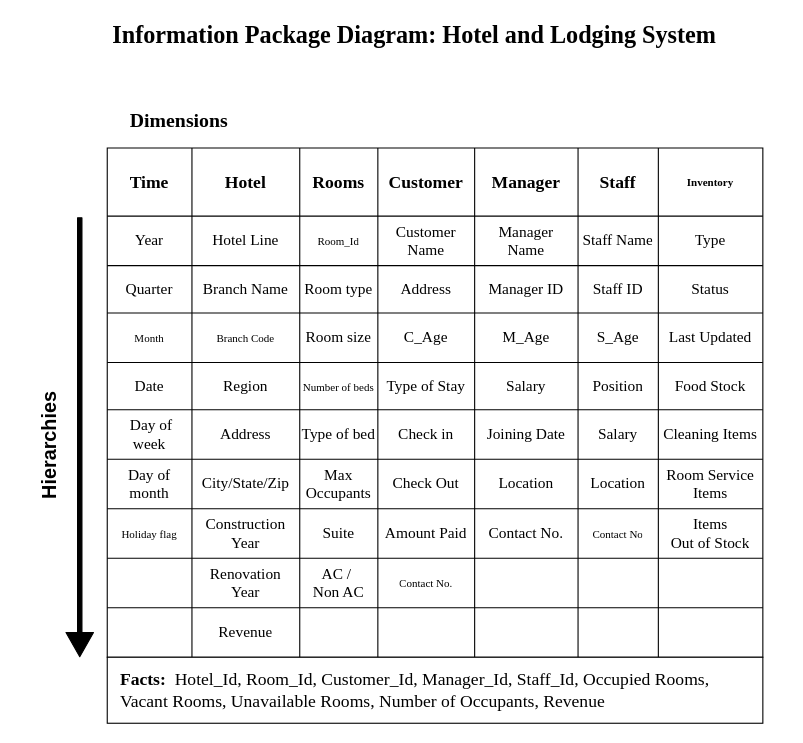
Above: Information Package Diagram/IPD_hotel_lodging_system.drawio in adityaparab04/Diagrams (draw.io), before the change. Source tidied: cells renumbered, new cells numbered last; positions are measured from the earlier drawing's top-left corner, leaving out a move shared by most shapes. Both pictures are drawn from the tidied source at 110%, with x=0, y=0 at pixel (-20, 19).
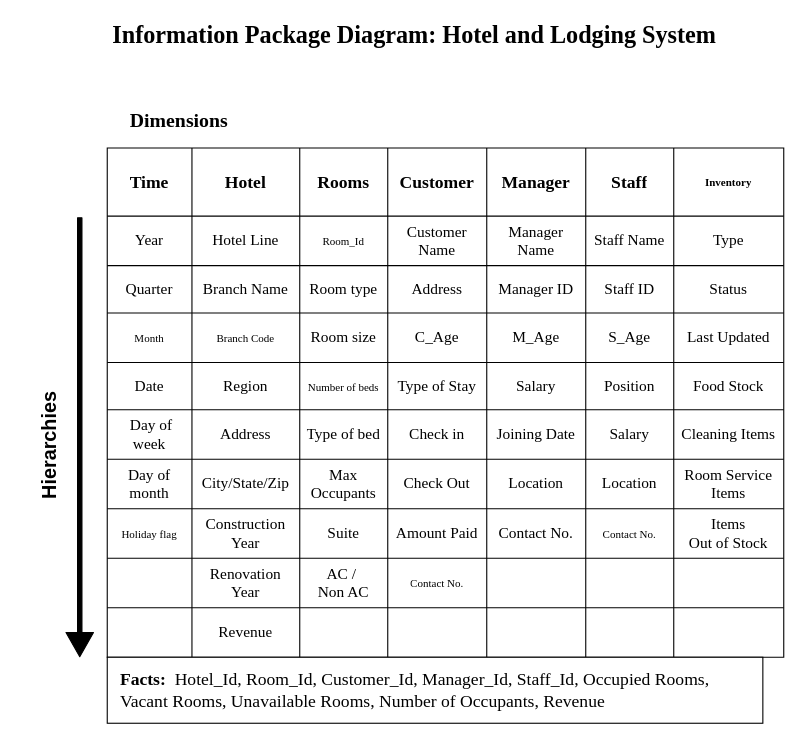
The same page after the edit.

The edit, as a diff of the source:
```diff
@@
     <mxCell id="5" style="shape=table;html=1;whiteSpace=wrap;startSize=0;childLayout=tableLayout;fontFamily=Times New Roman;fontSize=14;rowLines=1;columnLines=1;separatorColor=#FFFFFF;" parent="1" vertex="1">
-      <mxGeometry x="115" y="117" width="596" height="463" as="geometry" />
+      <mxGeometry x="115" y="117" width="615" height="463" as="geometry" />
     </mxCell>
     <mxCell id="6" style="shape=partialRectangle;html=1;whiteSpace=wrap;fillColor=none;top=0;left=0;bottom=0;right=0;fontStyle=1;fontFamily=Times New Roman;fontSize=18;" parent="5" vertex="1">
-      <mxGeometry width="596" height="62" as="geometry" />
+      <mxGeometry width="615" height="62" as="geometry" />
     </mxCell>
@@
     <mxCell id="9" value="&lt;font style=&quot;font-size: 16px&quot;&gt;&lt;b&gt;Rooms&lt;/b&gt;&lt;/font&gt;" style="shape=partialRectangle;html=1;whiteSpace=wrap;overflow=hidden;fillColor=none;top=0;left=0;bottom=0;right=0;fontFamily=Times New Roman;" parent="6" vertex="1">
-      <mxGeometry x="175" width="71" height="62" as="geometry" />
+      <mxGeometry x="175" width="80" height="62" as="geometry" />
     </mxCell>
     <mxCell id="10" value="&lt;font style=&quot;font-size: 16px&quot;&gt;&lt;b&gt;Customer&lt;/b&gt;&lt;/font&gt;" style="shape=partialRectangle;html=1;whiteSpace=wrap;overflow=hidden;fillColor=none;top=0;left=0;bottom=0;right=0;fontFamily=Times New Roman;" parent="6" vertex="1">
-      <mxGeometry x="246" width="88" height="62" as="geometry" />
+      <mxGeometry x="255" width="90" height="62" as="geometry" />
     </mxCell>
     <mxCell id="11" value="&lt;font style=&quot;font-size: 16px&quot;&gt;&lt;b&gt;Manager&lt;/b&gt;&lt;/font&gt;" style="shape=partialRectangle;html=1;whiteSpace=wrap;overflow=hidden;fillColor=none;top=0;left=0;bottom=0;right=0;fontFamily=Times New Roman;" parent="6" vertex="1">
-      <mxGeometry x="334" width="94" height="62" as="geometry" />
+      <mxGeometry x="345" width="90" height="62" as="geometry" />
     </mxCell>
     <mxCell id="12" value="&lt;font style=&quot;font-size: 16px&quot;&gt;&lt;b&gt;Staff&lt;/b&gt;&lt;/font&gt;" style="shape=partialRectangle;html=1;whiteSpace=wrap;overflow=hidden;fillColor=none;top=0;left=0;bottom=0;right=0;fontFamily=Times New Roman;" parent="6" vertex="1">
-      <mxGeometry x="428" width="73" height="62" as="geometry" />
+      <mxGeometry x="435" width="80" height="62" as="geometry" />
     </mxCell>
     <mxCell id="13" value="&lt;font size=&quot;1&quot;&gt;&lt;b&gt;Inventory&lt;/b&gt;&lt;/font&gt;" style="shape=partialRectangle;html=1;whiteSpace=wrap;overflow=hidden;fillColor=none;top=0;left=0;bottom=0;right=0;fontFamily=Times New Roman;" parent="6" vertex="1">
-      <mxGeometry x="501" width="95" height="62" as="geometry" />
+      <mxGeometry x="515" width="100" height="62" as="geometry" />
     </mxCell>
     <mxCell id="14" style="shape=partialRectangle;html=1;whiteSpace=wrap;fillColor=none;top=0;left=0;bottom=0;right=0;fontFamily=Times New Roman;fontSize=14;" parent="5" vertex="1">
-      <mxGeometry y="62" width="596" height="45" as="geometry" />
+      <mxGeometry y="62" width="615" height="45" as="geometry" />
     </mxCell>
@@
     <mxCell id="17" value="&lt;font size=&quot;1&quot;&gt;Room_Id&lt;/font&gt;" style="shape=partialRectangle;html=1;whiteSpace=wrap;overflow=hidden;fillColor=none;top=0;left=0;bottom=0;right=0;fontFamily=Times New Roman;" parent="14" vertex="1">
-      <mxGeometry x="175" width="71" height="45" as="geometry" />
+      <mxGeometry x="175" width="80" height="45" as="geometry" />
     </mxCell>
     <mxCell id="18" value="&lt;font style=&quot;font-size: 14px&quot;&gt;Customer Name&lt;/font&gt;" style="shape=partialRectangle;html=1;whiteSpace=wrap;overflow=hidden;fillColor=none;top=0;left=0;bottom=0;right=0;fontFamily=Times New Roman;" parent="14" vertex="1">
-      <mxGeometry x="246" width="88" height="45" as="geometry" />
+      <mxGeometry x="255" width="90" height="45" as="geometry" />
     </mxCell>
     <mxCell id="19" value="&lt;span style=&quot;font-size: 14px&quot;&gt;Manager&lt;br&gt;Name&lt;/span&gt;" style="shape=partialRectangle;html=1;whiteSpace=wrap;overflow=hidden;fillColor=none;top=0;left=0;bottom=0;right=0;fontFamily=Times New Roman;" parent="14" vertex="1">
-      <mxGeometry x="334" width="94" height="45" as="geometry" />
+      <mxGeometry x="345" width="90" height="45" as="geometry" />
     </mxCell>
     <mxCell id="20" value="&lt;span style=&quot;font-size: 14px&quot;&gt;Staff Name&lt;/span&gt;" style="shape=partialRectangle;html=1;whiteSpace=wrap;overflow=hidden;fillColor=none;top=0;left=0;bottom=0;right=0;fontFamily=Times New Roman;" parent="14" vertex="1">
-      <mxGeometry x="428" width="73" height="45" as="geometry" />
+      <mxGeometry x="435" width="80" height="45" as="geometry" />
     </mxCell>
     <mxCell id="21" value="&lt;font style=&quot;font-size: 14px&quot;&gt;Type&lt;/font&gt;" style="shape=partialRectangle;html=1;whiteSpace=wrap;overflow=hidden;fillColor=none;top=0;left=0;bottom=0;right=0;fontFamily=Times New Roman;" parent="14" vertex="1">
-      <mxGeometry x="501" width="95" height="45" as="geometry" />
+      <mxGeometry x="515" width="100" height="45" as="geometry" />
     </mxCell>
     <mxCell id="22" style="shape=partialRectangle;html=1;whiteSpace=wrap;fillColor=none;top=0;left=0;bottom=0;right=0;fontFamily=Times New Roman;" parent="5" vertex="1">
-      <mxGeometry y="107" width="596" height="43" as="geometry" />
+      <mxGeometry y="107" width="615" height="43" as="geometry" />
     </mxCell>
@@
     <mxCell id="25" value="&lt;font style=&quot;font-size: 14px&quot;&gt;Room typ&lt;/font&gt;&lt;span style=&quot;font-size: 14px&quot;&gt;e&lt;/span&gt;" style="shape=partialRectangle;html=1;whiteSpace=wrap;overflow=hidden;fillColor=none;top=0;left=0;bottom=0;right=0;fontFamily=Times New Roman;" parent="22" vertex="1">
-      <mxGeometry x="175" width="71" height="43" as="geometry" />
+      <mxGeometry x="175" width="80" height="43" as="geometry" />
     </mxCell>
     <mxCell id="26" value="&lt;span style=&quot;font-size: 14px&quot;&gt;Address&lt;/span&gt;" style="shape=partialRectangle;html=1;whiteSpace=wrap;overflow=hidden;fillColor=none;top=0;left=0;bottom=0;right=0;fontFamily=Times New Roman;" parent="22" vertex="1">
-      <mxGeometry x="246" width="88" height="43" as="geometry" />
+      <mxGeometry x="255" width="90" height="43" as="geometry" />
     </mxCell>
     <mxCell id="27" value="&lt;span style=&quot;font-size: 14px&quot;&gt;Manager ID&lt;/span&gt;" style="shape=partialRectangle;html=1;whiteSpace=wrap;overflow=hidden;fillColor=none;top=0;left=0;bottom=0;right=0;fontFamily=Times New Roman;" parent="22" vertex="1">
-      <mxGeometry x="334" width="94" height="43" as="geometry" />
+      <mxGeometry x="345" width="90" height="43" as="geometry" />
     </mxCell>
     <mxCell id="28" value="&lt;span style=&quot;font-size: 14px&quot;&gt;Staff ID&lt;/span&gt;" style="shape=partialRectangle;html=1;whiteSpace=wrap;overflow=hidden;fillColor=none;top=0;left=0;bottom=0;right=0;fontFamily=Times New Roman;" parent="22" vertex="1">
-      <mxGeometry x="428" width="73" height="43" as="geometry" />
+      <mxGeometry x="435" width="80" height="43" as="geometry" />
     </mxCell>
     <mxCell id="29" value="&lt;font style=&quot;font-size: 14px&quot;&gt;Status&lt;/font&gt;" style="shape=partialRectangle;html=1;whiteSpace=wrap;overflow=hidden;fillColor=none;top=0;left=0;bottom=0;right=0;fontFamily=Times New Roman;" parent="22" vertex="1">
-      <mxGeometry x="501" width="95" height="43" as="geometry" />
+      <mxGeometry x="515" width="100" height="43" as="geometry" />
     </mxCell>
     <mxCell id="30" style="shape=partialRectangle;html=1;whiteSpace=wrap;fillColor=none;top=0;left=0;bottom=0;right=0;fontFamily=Times New Roman;" parent="5" vertex="1">
-      <mxGeometry y="150" width="596" height="45" as="geometry" />
+      <mxGeometry y="150" width="615" height="45" as="geometry" />
     </mxCell>
@@
     <mxCell id="33" value="&lt;span style=&quot;font-size: 14px&quot;&gt;Room size&lt;/span&gt;" style="shape=partialRectangle;html=1;whiteSpace=wrap;overflow=hidden;fillColor=none;top=0;left=0;bottom=0;right=0;fontFamily=Times New Roman;" parent="30" vertex="1">
-      <mxGeometry x="175" width="71" height="45" as="geometry" />
+      <mxGeometry x="175" width="80" height="45" as="geometry" />
     </mxCell>
     <mxCell id="34" value="&lt;span style=&quot;font-size: 14px&quot;&gt;C_Age&lt;/span&gt;" style="shape=partialRectangle;html=1;whiteSpace=wrap;overflow=hidden;fillColor=none;top=0;left=0;bottom=0;right=0;fontFamily=Times New Roman;" parent="30" vertex="1">
-      <mxGeometry x="246" width="88" height="45" as="geometry" />
+      <mxGeometry x="255" width="90" height="45" as="geometry" />
     </mxCell>
     <mxCell id="35" value="&lt;span style=&quot;font-size: 14px&quot;&gt;M_Age&lt;/span&gt;" style="shape=partialRectangle;html=1;whiteSpace=wrap;overflow=hidden;fillColor=none;top=0;left=0;bottom=0;right=0;fontFamily=Times New Roman;" parent="30" vertex="1">
-      <mxGeometry x="334" width="94" height="45" as="geometry" />
+      <mxGeometry x="345" width="90" height="45" as="geometry" />
     </mxCell>
     <mxCell id="36" value="&lt;span style=&quot;font-size: 14px&quot;&gt;S_Age&lt;/span&gt;" style="shape=partialRectangle;html=1;whiteSpace=wrap;overflow=hidden;fillColor=none;top=0;left=0;bottom=0;right=0;fontFamily=Times New Roman;" parent="30" vertex="1">
-      <mxGeometry x="428" width="73" height="45" as="geometry" />
+      <mxGeometry x="435" width="80" height="45" as="geometry" />
     </mxCell>
     <mxCell id="37" value="&lt;font style=&quot;font-size: 14px&quot;&gt;Last Updated&lt;/font&gt;" style="shape=partialRectangle;html=1;whiteSpace=wrap;overflow=hidden;fillColor=none;top=0;left=0;bottom=0;right=0;fontFamily=Times New Roman;" parent="30" vertex="1">
-      <mxGeometry x="501" width="95" height="45" as="geometry" />
+      <mxGeometry x="515" width="100" height="45" as="geometry" />
     </mxCell>
     <mxCell id="38" style="shape=partialRectangle;html=1;whiteSpace=wrap;fillColor=none;top=0;left=0;bottom=0;right=0;fontFamily=Times New Roman;" parent="5" vertex="1">
-      <mxGeometry y="195" width="596" height="43" as="geometry" />
+      <mxGeometry y="195" width="615" height="43" as="geometry" />
     </mxCell>
@@
     <mxCell id="41" value="&lt;span style=&quot;font-size: x-small&quot;&gt;Number of beds&lt;/span&gt;" style="shape=partialRectangle;html=1;whiteSpace=wrap;overflow=hidden;fillColor=none;top=0;left=0;bottom=0;right=0;fontFamily=Times New Roman;" parent="38" vertex="1">
-      <mxGeometry x="175" width="71" height="43" as="geometry" />
+      <mxGeometry x="175" width="80" height="43" as="geometry" />
     </mxCell>
     <mxCell id="42" value="&lt;span style=&quot;font-size: 14px&quot;&gt;Type of Stay&lt;/span&gt;" style="shape=partialRectangle;html=1;whiteSpace=wrap;overflow=hidden;fillColor=none;top=0;left=0;bottom=0;right=0;fontFamily=Times New Roman;" parent="38" vertex="1">
-      <mxGeometry x="246" width="88" height="43" as="geometry" />
+      <mxGeometry x="255" width="90" height="43" as="geometry" />
     </mxCell>
     <mxCell id="43" value="&lt;span style=&quot;font-size: 14px&quot;&gt;Salary&lt;/span&gt;" style="shape=partialRectangle;html=1;whiteSpace=wrap;overflow=hidden;fillColor=none;top=0;left=0;bottom=0;right=0;fontFamily=Times New Roman;" parent="38" vertex="1">
-      <mxGeometry x="334" width="94" height="43" as="geometry" />
+      <mxGeometry x="345" width="90" height="43" as="geometry" />
     </mxCell>
     <mxCell id="44" value="&lt;span style=&quot;font-size: 14px&quot;&gt;Position&lt;/span&gt;" style="shape=partialRectangle;html=1;whiteSpace=wrap;overflow=hidden;fillColor=none;top=0;left=0;bottom=0;right=0;fontFamily=Times New Roman;" parent="38" vertex="1">
-      <mxGeometry x="428" width="73" height="43" as="geometry" />
+      <mxGeometry x="435" width="80" height="43" as="geometry" />
     </mxCell>
     <mxCell id="45" value="&lt;font style=&quot;font-size: 14px&quot;&gt;Food Stock&lt;/font&gt;" style="shape=partialRectangle;html=1;whiteSpace=wrap;overflow=hidden;fillColor=none;top=0;left=0;bottom=0;right=0;fontFamily=Times New Roman;" parent="38" vertex="1">
-      <mxGeometry x="501" width="95" height="43" as="geometry" />
+      <mxGeometry x="515" width="100" height="43" as="geometry" />
     </mxCell>
     <mxCell id="46" style="shape=partialRectangle;html=1;whiteSpace=wrap;fillColor=none;top=0;left=0;bottom=0;right=0;fontFamily=Times New Roman;" parent="5" vertex="1">
-      <mxGeometry y="238" width="596" height="45" as="geometry" />
+      <mxGeometry y="238" width="615" height="45" as="geometry" />
     </mxCell>
@@
     <mxCell id="49" value="&lt;span style=&quot;font-size: 14px&quot;&gt;Type of bed&lt;/span&gt;" style="shape=partialRectangle;html=1;whiteSpace=wrap;overflow=hidden;fillColor=none;top=0;left=0;bottom=0;right=0;fontFamily=Times New Roman;" parent="46" vertex="1">
-      <mxGeometry x="175" width="71" height="45" as="geometry" />
+      <mxGeometry x="175" width="80" height="45" as="geometry" />
     </mxCell>
     <mxCell id="50" value="&lt;span style=&quot;font-size: 14px&quot;&gt;Check in&lt;/span&gt;" style="shape=partialRectangle;html=1;whiteSpace=wrap;overflow=hidden;fillColor=none;top=0;left=0;bottom=0;right=0;fontFamily=Times New Roman;" parent="46" vertex="1">
-      <mxGeometry x="246" width="88" height="45" as="geometry" />
+      <mxGeometry x="255" width="90" height="45" as="geometry" />
     </mxCell>
     <mxCell id="51" value="&lt;span style=&quot;font-size: 14px&quot;&gt;Joining Date&lt;/span&gt;" style="shape=partialRectangle;html=1;whiteSpace=wrap;overflow=hidden;fillColor=none;top=0;left=0;bottom=0;right=0;fontFamily=Times New Roman;" parent="46" vertex="1">
-      <mxGeometry x="334" width="94" height="45" as="geometry" />
+      <mxGeometry x="345" width="90" height="45" as="geometry" />
     </mxCell>
     <mxCell id="52" value="&lt;span style=&quot;font-size: 14px&quot;&gt;Salary&lt;/span&gt;" style="shape=partialRectangle;html=1;whiteSpace=wrap;overflow=hidden;fillColor=none;top=0;left=0;bottom=0;right=0;fontFamily=Times New Roman;" parent="46" vertex="1">
-      <mxGeometry x="428" width="73" height="45" as="geometry" />
+      <mxGeometry x="435" width="80" height="45" as="geometry" />
     </mxCell>
     <mxCell id="53" value="&lt;font style=&quot;font-size: 14px&quot;&gt;Cleaning Items&lt;/font&gt;" style="shape=partialRectangle;html=1;whiteSpace=wrap;overflow=hidden;fillColor=none;top=0;left=0;bottom=0;right=0;fontFamily=Times New Roman;" parent="46" vertex="1">
-      <mxGeometry x="501" width="95" height="45" as="geometry" />
+      <mxGeometry x="515" width="100" height="45" as="geometry" />
     </mxCell>
     <mxCell id="54" style="shape=partialRectangle;html=1;whiteSpace=wrap;fillColor=none;top=0;left=0;bottom=0;right=0;fontFamily=Times New Roman;" parent="5" vertex="1">
-      <mxGeometry y="283" width="596" height="45" as="geometry" />
+      <mxGeometry y="283" width="615" height="45" as="geometry" />
     </mxCell>
@@
     <mxCell id="57" value="&lt;span style=&quot;font-size: 14px&quot;&gt;Max Occupants&lt;/span&gt;" style="shape=partialRectangle;html=1;whiteSpace=wrap;overflow=hidden;fillColor=none;top=0;left=0;bottom=0;right=0;fontFamily=Times New Roman;" parent="54" vertex="1">
-      <mxGeometry x="175" width="71" height="45" as="geometry" />
+      <mxGeometry x="175" width="80" height="45" as="geometry" />
     </mxCell>
     <mxCell id="58" value="&lt;span style=&quot;font-size: 14px&quot;&gt;Check Out&lt;/span&gt;" style="shape=partialRectangle;html=1;whiteSpace=wrap;overflow=hidden;fillColor=none;top=0;left=0;bottom=0;right=0;fontFamily=Times New Roman;" parent="54" vertex="1">
-      <mxGeometry x="246" width="88" height="45" as="geometry" />
+      <mxGeometry x="255" width="90" height="45" as="geometry" />
     </mxCell>
     <mxCell id="59" value="&lt;span style=&quot;font-size: 14px&quot;&gt;Location&lt;/span&gt;" style="shape=partialRectangle;html=1;whiteSpace=wrap;overflow=hidden;fillColor=none;top=0;left=0;bottom=0;right=0;fontFamily=Times New Roman;" parent="54" vertex="1">
-      <mxGeometry x="334" width="94" height="45" as="geometry" />
+      <mxGeometry x="345" width="90" height="45" as="geometry" />
     </mxCell>
     <mxCell id="60" value="&lt;font style=&quot;font-size: 14px&quot;&gt;Location&lt;/font&gt;" style="shape=partialRectangle;html=1;whiteSpace=wrap;overflow=hidden;fillColor=none;top=0;left=0;bottom=0;right=0;fontFamily=Times New Roman;" parent="54" vertex="1">
-      <mxGeometry x="428" width="73" height="45" as="geometry" />
+      <mxGeometry x="435" width="80" height="45" as="geometry" />
     </mxCell>
     <mxCell id="61" value="&lt;font style=&quot;font-size: 14px&quot;&gt;Room Service Items&lt;/font&gt;" style="shape=partialRectangle;html=1;whiteSpace=wrap;overflow=hidden;fillColor=none;top=0;left=0;bottom=0;right=0;fontFamily=Times New Roman;" parent="54" vertex="1">
-      <mxGeometry x="501" width="95" height="45" as="geometry" />
+      <mxGeometry x="515" width="100" height="45" as="geometry" />
     </mxCell>
     <mxCell id="62" style="shape=partialRectangle;html=1;whiteSpace=wrap;fillColor=none;top=0;left=0;bottom=0;right=0;fontFamily=Times New Roman;fontSize=14;" parent="5" vertex="1">
-      <mxGeometry y="328" width="596" height="45" as="geometry" />
+      <mxGeometry y="328" width="615" height="45" as="geometry" />
     </mxCell>
@@
     <mxCell id="65" value="&lt;span style=&quot;font-size: 14px&quot;&gt;Suite&lt;/span&gt;" style="shape=partialRectangle;html=1;whiteSpace=wrap;overflow=hidden;fillColor=none;top=0;left=0;bottom=0;right=0;fontFamily=Times New Roman;" parent="62" vertex="1">
-      <mxGeometry x="175" width="71" height="45" as="geometry" />
+      <mxGeometry x="175" width="80" height="45" as="geometry" />
     </mxCell>
     <mxCell id="66" value="&lt;span style=&quot;font-size: 14px&quot;&gt;Amount Paid&lt;/span&gt;" style="shape=partialRectangle;html=1;whiteSpace=wrap;overflow=hidden;fillColor=none;top=0;left=0;bottom=0;right=0;fontFamily=Times New Roman;" parent="62" vertex="1">
-      <mxGeometry x="246" width="88" height="45" as="geometry" />
+      <mxGeometry x="255" width="90" height="45" as="geometry" />
     </mxCell>
     <mxCell id="67" value="&lt;span style=&quot;font-size: 14px&quot;&gt;Contact No.&lt;/span&gt;" style="shape=partialRectangle;html=1;whiteSpace=wrap;overflow=hidden;fillColor=none;top=0;left=0;bottom=0;right=0;fontFamily=Times New Roman;" parent="62" vertex="1">
-      <mxGeometry x="334" width="94" height="45" as="geometry" />
+      <mxGeometry x="345" width="90" height="45" as="geometry" />
     </mxCell>
-    <mxCell id="68" value="&lt;font size=&quot;1&quot;&gt;Contact No&lt;/font&gt;" style="shape=partialRectangle;html=1;whiteSpace=wrap;overflow=hidden;fillColor=none;top=0;left=0;bottom=0;right=0;fontFamily=Times New Roman;" parent="62" vertex="1">
-      <mxGeometry x="428" width="73" height="45" as="geometry" />
+    <mxCell id="68" value="&lt;font size=&quot;1&quot;&gt;Contact No.&lt;/font&gt;" style="shape=partialRectangle;html=1;whiteSpace=wrap;overflow=hidden;fillColor=none;top=0;left=0;bottom=0;right=0;fontFamily=Times New Roman;" parent="62" vertex="1">
+      <mxGeometry x="435" width="80" height="45" as="geometry" />
     </mxCell>
     <mxCell id="69" value="&lt;font style=&quot;font-size: 14px&quot;&gt;Items&lt;br&gt;Out of Stock&lt;/font&gt;" style="shape=partialRectangle;html=1;whiteSpace=wrap;overflow=hidden;fillColor=none;top=0;left=0;bottom=0;right=0;fontFamily=Times New Roman;" parent="62" vertex="1">
-      <mxGeometry x="501" width="95" height="45" as="geometry" />
+      <mxGeometry x="515" width="100" height="45" as="geometry" />
     </mxCell>
     <mxCell id="70" style="shape=partialRectangle;html=1;whiteSpace=wrap;fillColor=none;top=0;left=0;bottom=0;right=0;fontFamily=Times New Roman;fontSize=14;" parent="5" vertex="1">
-      <mxGeometry y="373" width="596" height="45" as="geometry" />
+      <mxGeometry y="373" width="615" height="45" as="geometry" />
     </mxCell>
@@
     <mxCell id="73" value="&lt;span style=&quot;font-size: 14px&quot;&gt;AC /&amp;nbsp;&lt;/span&gt;&lt;br style=&quot;font-size: 14px&quot;&gt;&lt;span style=&quot;font-size: 14px&quot;&gt;Non AC&lt;/span&gt;" style="shape=partialRectangle;html=1;whiteSpace=wrap;overflow=hidden;fillColor=none;top=0;left=0;bottom=0;right=0;fontFamily=Times New Roman;" parent="70" vertex="1">
-      <mxGeometry x="175" width="71" height="45" as="geometry" />
+      <mxGeometry x="175" width="80" height="45" as="geometry" />
     </mxCell>
     <mxCell id="74" value="&lt;font size=&quot;1&quot;&gt;Contact No.&lt;/font&gt;" style="shape=partialRectangle;html=1;whiteSpace=wrap;overflow=hidden;fillColor=none;top=0;left=0;bottom=0;right=0;fontFamily=Times New Roman;" parent="70" vertex="1">
-      <mxGeometry x="246" width="88" height="45" as="geometry" />
+      <mxGeometry x="255" width="90" height="45" as="geometry" />
     </mxCell>
     <mxCell id="75" style="shape=partialRectangle;html=1;whiteSpace=wrap;overflow=hidden;fillColor=none;top=0;left=0;bottom=0;right=0;fontFamily=Times New Roman;" parent="70" vertex="1">
-      <mxGeometry x="334" width="94" height="45" as="geometry" />
+      <mxGeometry x="345" width="90" height="45" as="geometry" />
     </mxCell>
     <mxCell id="76" style="shape=partialRectangle;html=1;whiteSpace=wrap;overflow=hidden;fillColor=none;top=0;left=0;bottom=0;right=0;fontFamily=Times New Roman;" parent="70" vertex="1">
-      <mxGeometry x="428" width="73" height="45" as="geometry" />
+      <mxGeometry x="435" width="80" height="45" as="geometry" />
     </mxCell>
     <mxCell id="77" style="shape=partialRectangle;html=1;whiteSpace=wrap;overflow=hidden;fillColor=none;top=0;left=0;bottom=0;right=0;fontFamily=Times New Roman;" parent="70" vertex="1">
-      <mxGeometry x="501" width="95" height="45" as="geometry" />
+      <mxGeometry x="515" width="100" height="45" as="geometry" />
     </mxCell>
     <mxCell id="78" style="shape=partialRectangle;html=1;whiteSpace=wrap;fillColor=none;top=0;left=0;bottom=0;right=0;fontFamily=Times New Roman;fontSize=14;" parent="5" vertex="1">
-      <mxGeometry y="418" width="596" height="45" as="geometry" />
+      <mxGeometry y="418" width="615" height="45" as="geometry" />
     </mxCell>
@@
     <mxCell id="81" style="shape=partialRectangle;html=1;whiteSpace=wrap;overflow=hidden;fillColor=none;top=0;left=0;bottom=0;right=0;fontFamily=Times New Roman;" parent="78" vertex="1">
-      <mxGeometry x="175" width="71" height="45" as="geometry" />
+      <mxGeometry x="175" width="80" height="45" as="geometry" />
     </mxCell>
     <mxCell id="82" style="shape=partialRectangle;html=1;whiteSpace=wrap;overflow=hidden;fillColor=none;top=0;left=0;bottom=0;right=0;fontFamily=Times New Roman;" parent="78" vertex="1">
-      <mxGeometry x="246" width="88" height="45" as="geometry" />
+      <mxGeometry x="255" width="90" height="45" as="geometry" />
     </mxCell>
     <mxCell id="83" style="shape=partialRectangle;html=1;whiteSpace=wrap;overflow=hidden;fillColor=none;top=0;left=0;bottom=0;right=0;fontFamily=Times New Roman;" parent="78" vertex="1">
-      <mxGeometry x="334" width="94" height="45" as="geometry" />
+      <mxGeometry x="345" width="90" height="45" as="geometry" />
     </mxCell>
     <mxCell id="84" style="shape=partialRectangle;html=1;whiteSpace=wrap;overflow=hidden;fillColor=none;top=0;left=0;bottom=0;right=0;fontFamily=Times New Roman;" parent="78" vertex="1">
-      <mxGeometry x="428" width="73" height="45" as="geometry" />
+      <mxGeometry x="435" width="80" height="45" as="geometry" />
     </mxCell>
     <mxCell id="85" style="shape=partialRectangle;html=1;whiteSpace=wrap;overflow=hidden;fillColor=none;top=0;left=0;bottom=0;right=0;fontFamily=Times New Roman;" parent="78" vertex="1">
-      <mxGeometry x="501" width="95" height="45" as="geometry" />
+      <mxGeometry x="515" width="100" height="45" as="geometry" />
     </mxCell>
```
